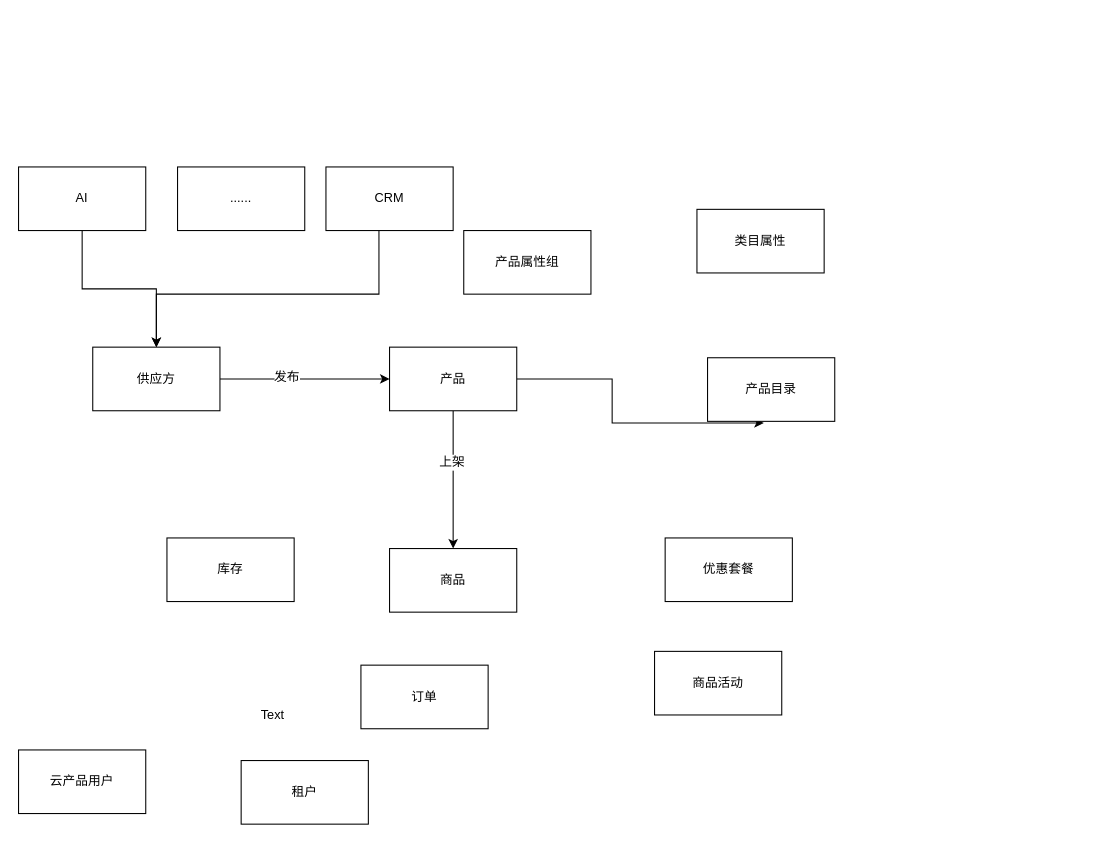
liaosg/test keeps this draw.io diagram as page "Page-4" (4 of 4) of 微医云模块.drawio. Above is the earlier version. Source tidied: cells renumbered, new cells numbered last; positions are measured from the earlier drawing's top-left corner, leaving out a move shared by most shapes. Both pictures are drawn from the tidied source at 106%, with x=0, y=0 at pixel (18, 166).
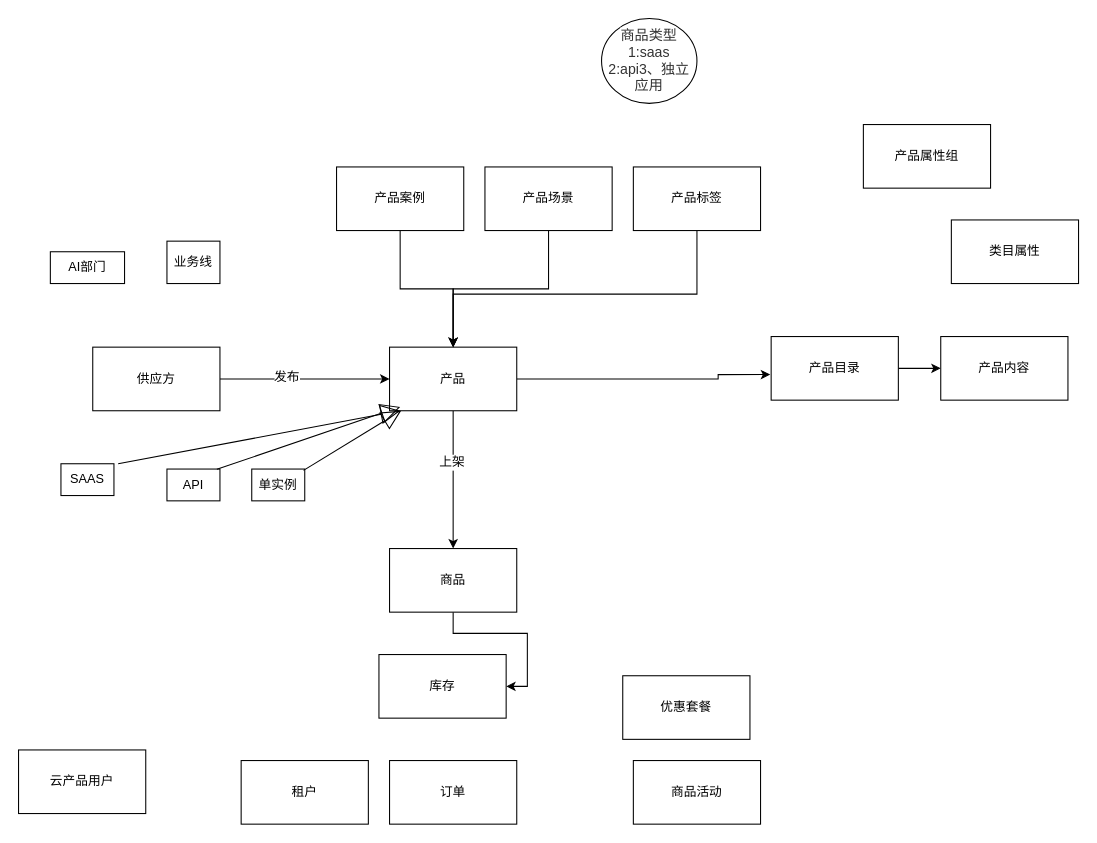
Above is the later version.

The change refers to these unchanged cells:
```xml
<mxCell id="5" value="产品" style="rounded=0;whiteSpace=wrap;html=1;" parent="1" vertex="1">
  <mxGeometry x="350" y="170" width="120" height="60" as="geometry" />
</mxCell>
<mxCell id="12" value="供应方" style="rounded=0;whiteSpace=wrap;html=1;" parent="1" vertex="1">
  <mxGeometry x="70" y="170" width="120" height="60" as="geometry" />
</mxCell>
<mxCell id="15" value="商品" style="rounded=0;whiteSpace=wrap;html=1;" parent="1" vertex="1">
  <mxGeometry x="350" y="360" width="120" height="60" as="geometry" />
</mxCell>
```

What changed in the source:
```diff
@@
-    <mxCell id="4" style="edgeStyle=orthogonalEdgeStyle;rounded=0;jettySize=auto;html=1;entryX=0.442;entryY=1.025;entryDx=0;entryDy=0;entryPerimeter=0;" parent="1" edge="1" source="5" target="14">
-      <mxGeometry relative="1" as="geometry" />
+    <mxCell id="4" style="edgeStyle=orthogonalEdgeStyle;rounded=0;jettySize=auto;html=1;entryX=-0.007;entryY=0.598;entryDx=0;entryDy=0;entryPerimeter=0;" parent="1" edge="1" source="5" target="14">
+      <mxGeometry relative="1" as="geometry">
+        <Array as="points">
+          <mxPoint x="660" y="200" />
+          <mxPoint x="660" y="196" />
+        </Array>
+      </mxGeometry>
     </mxCell>
@@
-    <mxCell id="6" style="edgeStyle=orthogonalEdgeStyle;rounded=0;jettySize=auto;html=1;" parent="1" edge="1" source="7" target="12">
-      <mxGeometry relative="1" as="geometry" />
-    </mxCell>
-    <mxCell id="7" value="AI" style="rounded=0;whiteSpace=wrap;html=1;" parent="1" vertex="1">
-      <mxGeometry width="120" height="60" as="geometry" />
+    <mxCell id="7" value="AI部门" style="rounded=0;whiteSpace=wrap;html=1;" parent="1" vertex="1">
+      <mxGeometry x="30" y="80" width="70" height="30" as="geometry" />
     </mxCell>
-    <mxCell id="8" style="edgeStyle=orthogonalEdgeStyle;rounded=0;jettySize=auto;html=1;" parent="1" edge="1" source="9" target="12">
-      <mxGeometry relative="1" as="geometry">
-        <Array as="points">
-          <mxPoint x="340" y="120" />
-          <mxPoint x="130" y="120" />
-        </Array>
-      </mxGeometry>
-    </mxCell>
-    <mxCell id="9" value="CRM" style="rounded=0;whiteSpace=wrap;html=1;" parent="1" vertex="1">
-      <mxGeometry x="290" width="120" height="60" as="geometry" />
-    </mxCell>
@@
-    <mxCell id="13" value="......" style="rounded=0;whiteSpace=wrap;html=1;" parent="1" vertex="1">
-      <mxGeometry x="150" width="120" height="60" as="geometry" />
+    <mxCell id="13" value="业务线" style="rounded=0;whiteSpace=wrap;html=1;" parent="1" vertex="1">
+      <mxGeometry x="140" y="70" width="50" height="40" as="geometry" />
     </mxCell>
+    <mxCell id="25" style="edgeStyle=orthogonalEdgeStyle;rounded=0;jettySize=auto;html=1;" parent="1" edge="1" source="14" target="34">
+      <mxGeometry relative="1" as="geometry" />
+    </mxCell>
     <mxCell id="14" value="产品目录" style="rounded=0;whiteSpace=wrap;html=1;" parent="1" vertex="1">
-      <mxGeometry x="650" y="180" width="120" height="60" as="geometry" />
+      <mxGeometry x="710" y="160" width="120" height="60" as="geometry" />
     </mxCell>
+    <mxCell id="26" style="edgeStyle=orthogonalEdgeStyle;rounded=0;jettySize=auto;html=1;entryX=1;entryY=0.5;entryDx=0;entryDy=0;" parent="1" edge="1" source="15" target="21">
+      <mxGeometry relative="1" as="geometry" />
+    </mxCell>
@@
     <mxCell id="16" value="订单" style="rounded=0;whiteSpace=wrap;html=1;" parent="1" vertex="1">
-      <mxGeometry x="323" y="470" width="120" height="60" as="geometry" />
+      <mxGeometry x="350" y="560" width="120" height="60" as="geometry" />
     </mxCell>
@@
     <mxCell id="19" value="类目属性" style="rounded=0;whiteSpace=wrap;html=1;" parent="1" vertex="1">
-      <mxGeometry x="640" y="40" width="120" height="60" as="geometry" />
+      <mxGeometry x="880" y="50" width="120" height="60" as="geometry" />
     </mxCell>
     <mxCell id="20" value="产品属性组" style="rounded=0;whiteSpace=wrap;html=1;" parent="1" vertex="1">
-      <mxGeometry x="420" y="60" width="120" height="60" as="geometry" />
+      <mxGeometry x="797" y="-40" width="120" height="60" as="geometry" />
     </mxCell>
     <mxCell id="21" value="库存" style="rounded=0;whiteSpace=wrap;html=1;" parent="1" vertex="1">
-      <mxGeometry x="140" y="350" width="120" height="60" as="geometry" />
+      <mxGeometry x="340" y="460" width="120" height="60" as="geometry" />
     </mxCell>
-    <mxCell id="22" value="Text" style="text;html=1;align=left;verticalAlign=top;spacingTop=-4;" parent="1" vertex="1">
-      <mxGeometry x="227" y="507" width="50" height="20" as="geometry" />
-    </mxCell>
     <mxCell id="23" value="优惠套餐" style="rounded=0;whiteSpace=wrap;html=1;" parent="1" vertex="1">
-      <mxGeometry x="610" y="350" width="120" height="60" as="geometry" />
+      <mxGeometry x="570" y="480" width="120" height="60" as="geometry" />
     </mxCell>
     <mxCell id="24" value="商品活动" style="rounded=0;whiteSpace=wrap;html=1;" parent="1" vertex="1">
-      <mxGeometry x="600" y="457" width="120" height="60" as="geometry" />
+      <mxGeometry x="580" y="560" width="120" height="60" as="geometry" />
     </mxCell>
+    <mxCell id="27" value="&lt;span style=&quot;color: rgb(51 , 51 , 51) ; font-family: &amp;#34;arial&amp;#34; , &amp;#34;helvetica&amp;#34; , &amp;#34;freesans&amp;#34; , sans-serif ; font-size: 13.3333px ; text-align: left ; white-space: normal ; background-color: rgb(255 , 255 , 255)&quot;&gt;商品类型 1:saas 2:api3、独立应用&lt;/span&gt;" style="ellipse;whiteSpace=wrap;html=1;" parent="1" vertex="1">
+      <mxGeometry x="550" y="-140" width="90" height="80" as="geometry" />
+    </mxCell>
+    <mxCell id="28" style="edgeStyle=orthogonalEdgeStyle;rounded=0;jettySize=auto;html=1;entryX=0.5;entryY=0;entryDx=0;entryDy=0;" parent="1" edge="1" source="29" target="5">
+      <mxGeometry relative="1" as="geometry" />
+    </mxCell>
+    <mxCell id="29" value="产品案例" style="rounded=0;whiteSpace=wrap;html=1;" parent="1" vertex="1">
+      <mxGeometry x="300" width="120" height="60" as="geometry" />
+    </mxCell>
+    <mxCell id="30" style="edgeStyle=orthogonalEdgeStyle;rounded=0;jettySize=auto;html=1;entryX=0.5;entryY=0;entryDx=0;entryDy=0;" parent="1" edge="1" source="31" target="5">
+      <mxGeometry relative="1" as="geometry" />
+    </mxCell>
+    <mxCell id="31" value="产品场景" style="rounded=0;whiteSpace=wrap;html=1;" parent="1" vertex="1">
+      <mxGeometry x="440" width="120" height="60" as="geometry" />
+    </mxCell>
+    <mxCell id="32" style="edgeStyle=orthogonalEdgeStyle;rounded=0;jettySize=auto;html=1;" parent="1" edge="1" source="33">
+      <mxGeometry relative="1" as="geometry">
+        <mxPoint x="410" y="170" as="targetPoint" />
+        <Array as="points">
+          <mxPoint x="640" y="120" />
+          <mxPoint x="410" y="120" />
+        </Array>
+      </mxGeometry>
+    </mxCell>
+    <mxCell id="33" value="产品标签" style="rounded=0;whiteSpace=wrap;html=1;" parent="1" vertex="1">
+      <mxGeometry x="580" width="120" height="60" as="geometry" />
+    </mxCell>
+    <mxCell id="34" value="产品内容" style="rounded=0;whiteSpace=wrap;html=1;" parent="1" vertex="1">
+      <mxGeometry x="870" y="160" width="120" height="60" as="geometry" />
+    </mxCell>
+    <mxCell id="35" value="SAAS" style="rounded=0;whiteSpace=wrap;html=1;" parent="1" vertex="1">
+      <mxGeometry x="40" y="280" width="50" height="30" as="geometry" />
+    </mxCell>
+    <mxCell id="36" style="endArrow=block;endSize=16;endFill=0;html=1;exitX=1.08;exitY=0.001;exitDx=0;exitDy=0;exitPerimeter=0;" parent="1" edge="1" source="35">
+      <mxGeometry relative="1" as="geometry">
+        <mxPoint x="360" y="230" as="targetPoint" />
+      </mxGeometry>
+    </mxCell>
+    <mxCell id="37" value="API" style="rounded=0;whiteSpace=wrap;html=1;" parent="1" vertex="1">
+      <mxGeometry x="140" y="285" width="50" height="30" as="geometry" />
+    </mxCell>
+    <mxCell id="38" value="单实例" style="rounded=0;whiteSpace=wrap;html=1;" parent="1" vertex="1">
+      <mxGeometry x="220" y="285" width="50" height="30" as="geometry" />
+    </mxCell>
+    <mxCell id="39" style="endArrow=block;endSize=16;endFill=0;html=1;exitX=0.942;exitY=0.007;exitDx=0;exitDy=0;exitPerimeter=0;" parent="1" edge="1" source="37">
+      <mxGeometry relative="1" as="geometry">
+        <mxPoint x="360" y="226.4" as="targetPoint" />
+      </mxGeometry>
+    </mxCell>
+    <mxCell id="40" style="endArrow=block;endSize=16;endFill=0;html=1;exitX=0.977;exitY=0.042;exitDx=0;exitDy=0;exitPerimeter=0;" parent="1" edge="1" source="38" target="5">
+      <mxGeometry relative="1" as="geometry" />
+    </mxCell>
```
